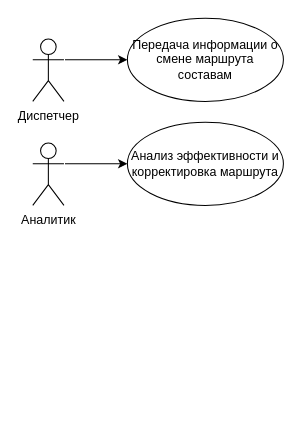
This is Инструментальные средства проектирования  информационных систем/LabWork4/Pretsedenty.drawio from dima-uryvskiy/Educational-Projects, a draw.io file, before an edit. Source tidied: cells renumbered, new cells numbered last; positions are measured from the earlier drawing's top-left corner, leaving out a move shared by most shapes. Both pictures are drawn from the tidied source at 104%, with x=0, y=0 at pixel (32, 18).
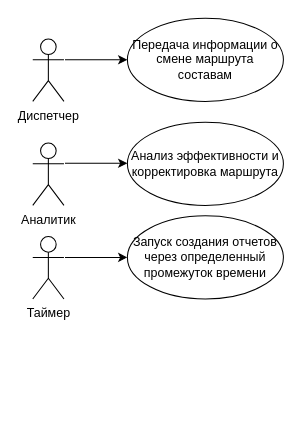
After the change.

The edit, as a diff of the source:
```diff
@@
 <mxGraphModel>
   <root>
     <mxCell id="0" />
     <mxCell id="1" parent="0" />
     <mxCell id="2" value="Диспетчер" style="shape=umlActor;verticalLabelPosition=bottom;labelBackgroundColor=#ffffff;verticalAlign=top;html=1;" parent="1" vertex="1">
       <mxGeometry y="20" width="30" height="60" as="geometry" />
     </mxCell>
     <mxCell id="3" style="endArrow=classic;html=1;" parent="1" edge="1">
       <mxGeometry relative="1" as="geometry">
         <mxPoint x="31" y="40" as="sourcePoint" />
         <mxPoint x="91" y="40" as="targetPoint" />
       </mxGeometry>
     </mxCell>
     <mxCell id="4" value="Передача информации о смене маршрута составам" style="ellipse;whiteSpace=wrap;html=1;" parent="1" vertex="1">
       <mxGeometry x="91" width="150" height="80" as="geometry" />
     </mxCell>
     <mxCell id="5" style="text;html=1;align=center;verticalAlign=middle;" parent="1" vertex="1">
       <mxGeometry x="61" y="376" width="20" height="20" as="geometry" />
     </mxCell>
     <mxCell id="6" value="Аналитик" style="shape=umlActor;verticalLabelPosition=bottom;labelBackgroundColor=#ffffff;verticalAlign=top;html=1;" parent="1" vertex="1">
       <mxGeometry y="120" width="30" height="60" as="geometry" />
     </mxCell>
     <mxCell id="7" style="endArrow=classic;html=1;" parent="1" edge="1">
       <mxGeometry relative="1" as="geometry">
-        <mxPoint x="31" y="140" as="sourcePoint" />
-        <mxPoint x="91" y="140" as="targetPoint" />
+        <mxPoint x="31" y="230" as="sourcePoint" />
+        <mxPoint x="91" y="230" as="targetPoint" />
       </mxGeometry>
     </mxCell>
     <mxCell id="8" value="Анализ эффективности и корректировка маршрута" style="ellipse;whiteSpace=wrap;html=1;" parent="1" vertex="1">
       <mxGeometry x="91" y="100" width="150" height="80" as="geometry" />
     </mxCell>
+    <mxCell id="9" value="Таймер" style="shape=umlActor;verticalLabelPosition=bottom;labelBackgroundColor=#ffffff;verticalAlign=top;html=1;" parent="1" vertex="1">
+      <mxGeometry y="210" width="30" height="60" as="geometry" />
+    </mxCell>
+    <mxCell id="10" style="endArrow=classic;html=1;" parent="1" edge="1">
+      <mxGeometry relative="1" as="geometry">
+        <mxPoint x="31" y="139.5" as="sourcePoint" />
+        <mxPoint x="91" y="139.5" as="targetPoint" />
+      </mxGeometry>
+    </mxCell>
+    <mxCell id="11" value="Запуск создания отчетов через определенный промежуток времени" style="ellipse;whiteSpace=wrap;html=1;" parent="1" vertex="1">
+      <mxGeometry x="91" y="190" width="150" height="80" as="geometry" />
+    </mxCell>
   </root>
 </mxGraphModel>
```
